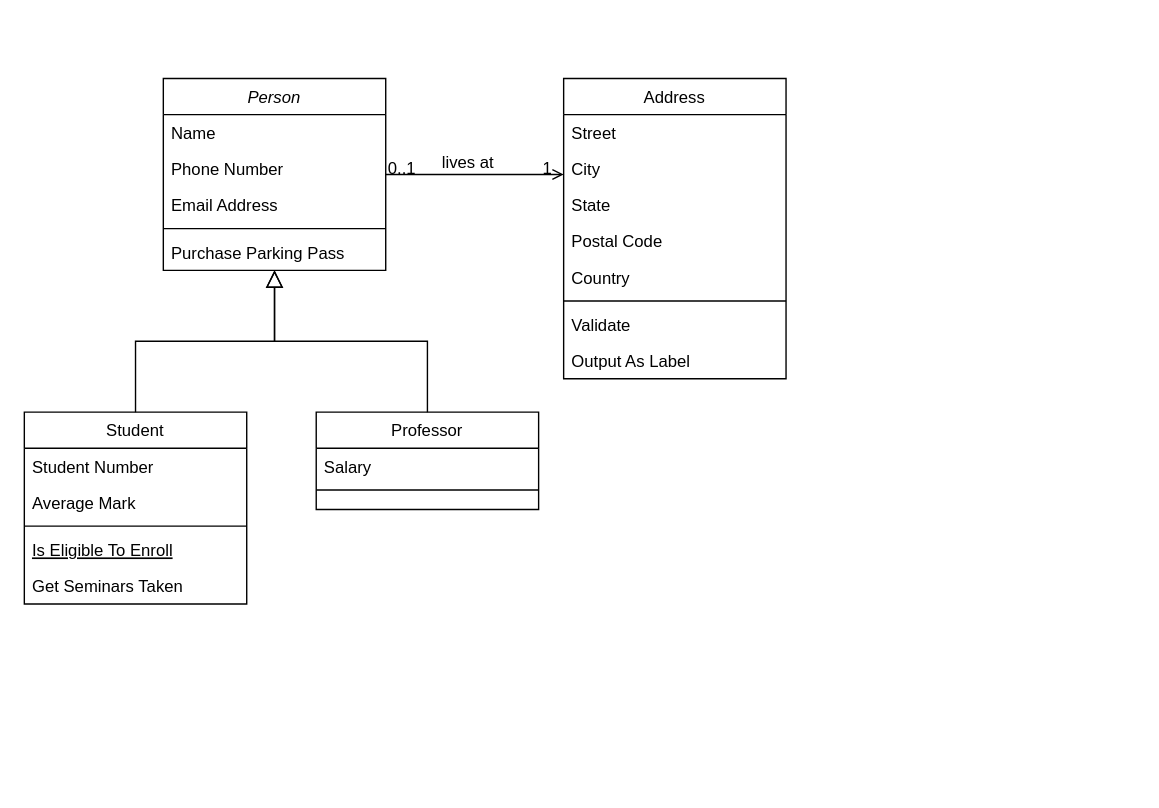
1KATZUNO/Examen-de-Programaci-n-Rafael-C23740- keeps this draw.io diagram as IniciarPrograma/Diagrama sin título.drawio. Above is the earlier version. Source tidied: cells renumbered, new cells numbered last; positions are measured from the earlier drawing's top-left corner, leaving out a move shared by most shapes. Both pictures are drawn from the tidied source at 139%, with x=0, y=0 at pixel (24, 78).
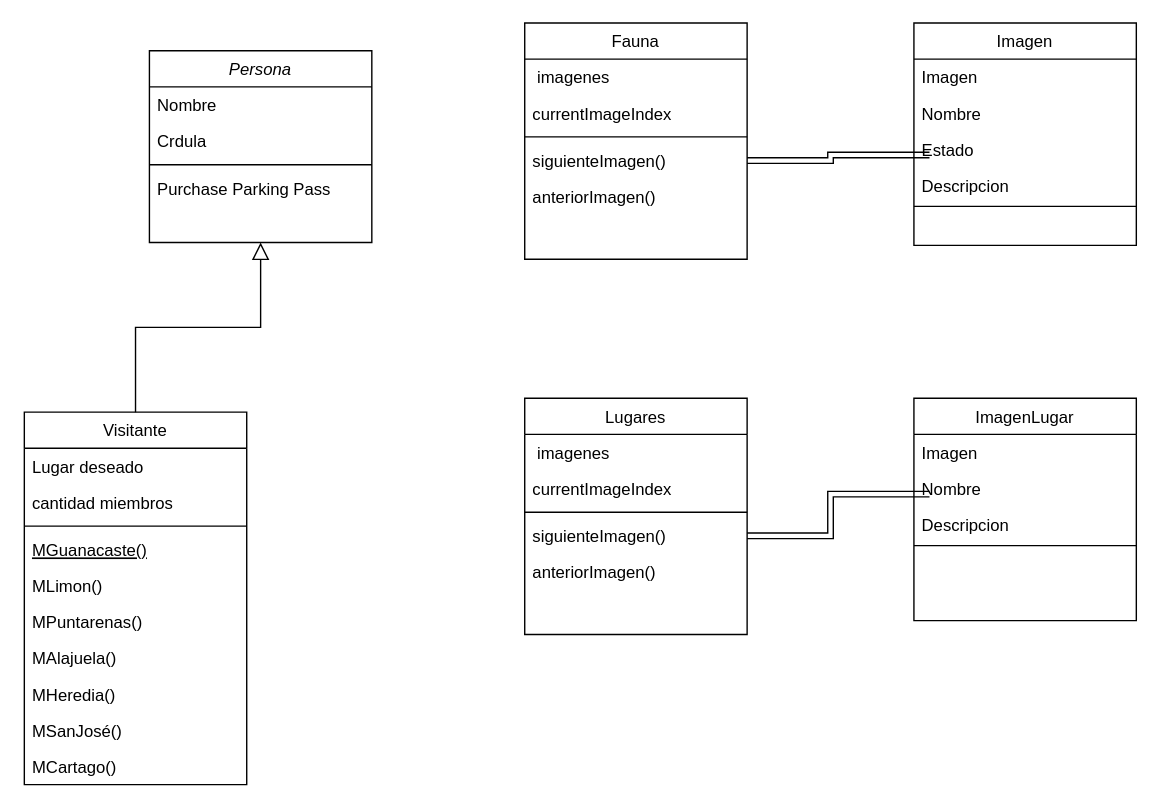
After the change.

Change to the diagram source:
```diff
@@
-    <mxCell id="2" value="Person" style="swimlane;fontStyle=2;align=center;verticalAlign=top;horizontal=1;startSize=26;rounded=0;shadow=0;strokeWidth=1;" parent="1" vertex="1">
-      <mxGeometry x="100" width="160" height="138" as="geometry" />
+    <mxCell id="2" value="Persona" style="swimlane;fontStyle=2;align=center;verticalAlign=top;horizontal=1;startSize=26;rounded=0;shadow=0;strokeWidth=1;" parent="1" vertex="1">
+      <mxGeometry x="90" y="-20" width="160" height="138" as="geometry" />
     </mxCell>
-    <mxCell id="3" value="Name" style="text;align=left;verticalAlign=top;spacingLeft=4;spacingRight=4;overflow=hidden;" parent="2" vertex="1">
+    <mxCell id="3" value="Nombre" style="text;align=left;verticalAlign=top;spacingLeft=4;spacingRight=4;overflow=hidden;" parent="2" vertex="1">
       <mxGeometry y="26" width="160" height="26" as="geometry" />
     </mxCell>
-    <mxCell id="4" value="Phone Number" style="text;align=left;verticalAlign=top;spacingLeft=4;spacingRight=4;overflow=hidden;rounded=0;shadow=0;html=0;" parent="2" vertex="1">
+    <mxCell id="4" value="Crdula" style="text;align=left;verticalAlign=top;spacingLeft=4;spacingRight=4;overflow=hidden;rounded=0;shadow=0;html=0;" parent="2" vertex="1">
       <mxGeometry y="52" width="160" height="26" as="geometry" />
     </mxCell>
-    <mxCell id="5" value="Email Address" style="text;align=left;verticalAlign=top;spacingLeft=4;spacingRight=4;overflow=hidden;rounded=0;shadow=0;html=0;" parent="2" vertex="1">
-      <mxGeometry y="78" width="160" height="26" as="geometry" />
-    </mxCell>
     <mxCell id="6" style="line;html=1;strokeWidth=1;align=left;verticalAlign=middle;spacingTop=-1;spacingLeft=3;spacingRight=3;labelPosition=right;" parent="2" vertex="1">
-      <mxGeometry y="104" width="160" height="8" as="geometry" />
+      <mxGeometry y="78" width="160" height="8" as="geometry" />
     </mxCell>
     <mxCell id="7" value="Purchase Parking Pass" style="text;align=left;verticalAlign=top;spacingLeft=4;spacingRight=4;overflow=hidden;" parent="2" vertex="1">
-      <mxGeometry y="112" width="160" height="26" as="geometry" />
+      <mxGeometry y="86" width="160" height="26" as="geometry" />
     </mxCell>
-    <mxCell id="8" value="Student" style="swimlane;fontStyle=0;align=center;verticalAlign=top;horizontal=1;startSize=26;rounded=0;shadow=0;strokeWidth=1;" parent="1" vertex="1">
-      <mxGeometry y="240" width="160" height="138" as="geometry" />
+    <mxCell id="8" value="Visitante" style="swimlane;fontStyle=0;align=center;verticalAlign=top;horizontal=1;startSize=26;rounded=0;shadow=0;strokeWidth=1;" parent="1" vertex="1">
+      <mxGeometry y="240" width="160" height="268" as="geometry" />
     </mxCell>
-    <mxCell id="9" value="Student Number" style="text;align=left;verticalAlign=top;spacingLeft=4;spacingRight=4;overflow=hidden;" parent="8" vertex="1">
+    <mxCell id="9" value="Lugar deseado" style="text;align=left;verticalAlign=top;spacingLeft=4;spacingRight=4;overflow=hidden;" parent="8" vertex="1">
       <mxGeometry y="26" width="160" height="26" as="geometry" />
     </mxCell>
-    <mxCell id="10" value="Average Mark" style="text;align=left;verticalAlign=top;spacingLeft=4;spacingRight=4;overflow=hidden;rounded=0;shadow=0;html=0;" parent="8" vertex="1">
+    <mxCell id="10" value="cantidad miembros" style="text;align=left;verticalAlign=top;spacingLeft=4;spacingRight=4;overflow=hidden;rounded=0;shadow=0;html=0;" parent="8" vertex="1">
       <mxGeometry y="52" width="160" height="26" as="geometry" />
     </mxCell>
@@
-    <mxCell id="12" value="Is Eligible To Enroll" style="text;align=left;verticalAlign=top;spacingLeft=4;spacingRight=4;overflow=hidden;fontStyle=4;" parent="8" vertex="1">
+    <mxCell id="12" value="MGuanacaste()" style="text;align=left;verticalAlign=top;spacingLeft=4;spacingRight=4;overflow=hidden;fontStyle=4;" parent="8" vertex="1">
       <mxGeometry y="86" width="160" height="26" as="geometry" />
     </mxCell>
-    <mxCell id="13" value="Get Seminars Taken" style="text;align=left;verticalAlign=top;spacingLeft=4;spacingRight=4;overflow=hidden;" parent="8" vertex="1">
+    <mxCell id="13" value="MLimon()" style="text;align=left;verticalAlign=top;spacingLeft=4;spacingRight=4;overflow=hidden;" parent="8" vertex="1">
       <mxGeometry y="112" width="160" height="26" as="geometry" />
     </mxCell>
+    <mxCell id="32" value="MPuntarenas()" style="text;align=left;verticalAlign=top;spacingLeft=4;spacingRight=4;overflow=hidden;" parent="8" vertex="1">
+      <mxGeometry y="138" width="160" height="26" as="geometry" />
+    </mxCell>
+    <mxCell id="33" value="MAlajuela()" style="text;align=left;verticalAlign=top;spacingLeft=4;spacingRight=4;overflow=hidden;" parent="8" vertex="1">
+      <mxGeometry y="164" width="160" height="26" as="geometry" />
+    </mxCell>
+    <mxCell id="34" value="MHeredia()" style="text;align=left;verticalAlign=top;spacingLeft=4;spacingRight=4;overflow=hidden;" parent="8" vertex="1">
+      <mxGeometry y="190" width="160" height="26" as="geometry" />
+    </mxCell>
+    <mxCell id="35" value="MSanJosé()" style="text;align=left;verticalAlign=top;spacingLeft=4;spacingRight=4;overflow=hidden;" parent="8" vertex="1">
+      <mxGeometry y="216" width="160" height="26" as="geometry" />
+    </mxCell>
+    <mxCell id="36" value="MCartago()" style="text;align=left;verticalAlign=top;spacingLeft=4;spacingRight=4;overflow=hidden;" parent="8" vertex="1">
+      <mxGeometry y="242" width="160" height="26" as="geometry" />
+    </mxCell>
@@
-    <mxCell id="15" value="Professor" style="swimlane;fontStyle=0;align=center;verticalAlign=top;horizontal=1;startSize=26;rounded=0;shadow=0;strokeWidth=1;" parent="1" vertex="1">
-      <mxGeometry x="210" y="240" width="160" height="70" as="geometry" />
-    </mxCell>
-    <mxCell id="16" value="Salary" style="text;align=left;verticalAlign=top;spacingLeft=4;spacingRight=4;overflow=hidden;" parent="15" vertex="1">
-      <mxGeometry y="26" width="160" height="26" as="geometry" />
-    </mxCell>
-    <mxCell id="17" style="line;html=1;strokeWidth=1;align=left;verticalAlign=middle;spacingTop=-1;spacingLeft=3;spacingRight=3;labelPosition=right;" parent="15" vertex="1">
-      <mxGeometry y="52" width="160" height="8" as="geometry" />
-    </mxCell>
-    <mxCell id="18" style="endArrow=block;endSize=10;endFill=0;shadow=0;strokeWidth=1;rounded=0;curved=0;edgeStyle=elbowEdgeStyle;elbow=vertical;" parent="1" edge="1" source="15" target="2">
-      <mxGeometry relative="1" as="geometry" />
-    </mxCell>
-    <mxCell id="19" value="Address" style="swimlane;fontStyle=0;align=center;verticalAlign=top;horizontal=1;startSize=26;rounded=0;shadow=0;strokeWidth=1;" parent="1" vertex="1">
-      <mxGeometry x="388" width="160" height="216" as="geometry" />
+    <mxCell id="19" value="Imagen" style="swimlane;fontStyle=0;align=center;verticalAlign=top;horizontal=1;startSize=26;rounded=0;shadow=0;strokeWidth=1;" parent="1" vertex="1">
+      <mxGeometry x="640" y="-40" width="160" height="160" as="geometry" />
     </mxCell>
-    <mxCell id="20" value="Street" style="text;align=left;verticalAlign=top;spacingLeft=4;spacingRight=4;overflow=hidden;" parent="19" vertex="1">
+    <mxCell id="20" value="Imagen" style="text;align=left;verticalAlign=top;spacingLeft=4;spacingRight=4;overflow=hidden;" parent="19" vertex="1">
       <mxGeometry y="26" width="160" height="26" as="geometry" />
     </mxCell>
-    <mxCell id="21" value="City" style="text;align=left;verticalAlign=top;spacingLeft=4;spacingRight=4;overflow=hidden;rounded=0;shadow=0;html=0;" parent="19" vertex="1">
+    <mxCell id="21" value="Nombre" style="text;align=left;verticalAlign=top;spacingLeft=4;spacingRight=4;overflow=hidden;rounded=0;shadow=0;html=0;" parent="19" vertex="1">
       <mxGeometry y="52" width="160" height="26" as="geometry" />
     </mxCell>
-    <mxCell id="22" value="State" style="text;align=left;verticalAlign=top;spacingLeft=4;spacingRight=4;overflow=hidden;rounded=0;shadow=0;html=0;" parent="19" vertex="1">
+    <mxCell id="22" value="Estado" style="text;align=left;verticalAlign=top;spacingLeft=4;spacingRight=4;overflow=hidden;rounded=0;shadow=0;html=0;" parent="19" vertex="1">
       <mxGeometry y="78" width="160" height="26" as="geometry" />
     </mxCell>
-    <mxCell id="23" value="Postal Code" style="text;align=left;verticalAlign=top;spacingLeft=4;spacingRight=4;overflow=hidden;points=[[0,0.5],[1,0.5]];portConstraint=eastwest;rounded=0;shadow=0;html=0;" parent="19" vertex="1">
-      <mxGeometry y="104" width="160" height="26" as="geometry" />
+    <mxCell id="23" value="Descripcion" style="text;align=left;verticalAlign=top;spacingLeft=4;spacingRight=4;overflow=hidden;points=[[0,0.5],[1,0.5]];portConstraint=eastwest;rounded=0;shadow=0;html=0;" parent="19" vertex="1">
+      <mxGeometry y="104" width="160" height="24" as="geometry" />
     </mxCell>
-    <mxCell id="24" value="Country" style="text;align=left;verticalAlign=top;spacingLeft=4;spacingRight=4;overflow=hidden;rounded=0;shadow=0;html=0;" parent="19" vertex="1">
-      <mxGeometry y="130" width="160" height="26" as="geometry" />
-    </mxCell>
     <mxCell id="25" style="line;html=1;strokeWidth=1;align=left;verticalAlign=middle;spacingTop=-1;spacingLeft=3;spacingRight=3;labelPosition=right;" parent="19" vertex="1">
-      <mxGeometry y="156" width="160" height="8" as="geometry" />
+      <mxGeometry y="128" width="160" height="8" as="geometry" />
     </mxCell>
-    <mxCell id="26" value="Validate" style="text;align=left;verticalAlign=top;spacingLeft=4;spacingRight=4;overflow=hidden;" parent="19" vertex="1">
-      <mxGeometry y="164" width="160" height="26" as="geometry" />
-    </mxCell>
-    <mxCell id="27" value="Output As Label" style="text;align=left;verticalAlign=top;spacingLeft=4;spacingRight=4;overflow=hidden;" parent="19" vertex="1">
-      <mxGeometry y="190" width="160" height="26" as="geometry" />
-    </mxCell>
-    <mxCell id="28" style="endArrow=open;shadow=0;strokeWidth=1;rounded=0;curved=0;endFill=1;edgeStyle=elbowEdgeStyle;elbow=vertical;" parent="1" edge="1" source="2" target="19">
-      <mxGeometry x="0.5" y="41" relative="1" as="geometry">
-        <mxPoint x="-40" y="32" as="offset" />
-      </mxGeometry>
-    </mxCell>
-    <mxCell id="29" value="0..1" style="align=left;verticalAlign=bottom;labelBackgroundColor=none;fontSize=12;" parent="28" vertex="1">
-      <mxGeometry x="-1" relative="1" as="geometry">
-        <mxPoint y="4" as="offset" />
-      </mxGeometry>
-    </mxCell>
-    <mxCell id="30" value="1" style="align=right;verticalAlign=bottom;labelBackgroundColor=none;fontSize=12;" parent="28" vertex="1">
-      <mxGeometry x="1" relative="1" as="geometry">
-        <mxPoint x="-7" y="4" as="offset" />
-      </mxGeometry>
-    </mxCell>
-    <mxCell id="31" value="lives at" style="text;html=1;align=center;verticalAlign=middle;labelBackgroundColor=none;rounded=0;shadow=0;strokeWidth=1;fontSize=12;" parent="28" vertex="1">
-      <mxGeometry x="0.5" y="49" relative="1" as="geometry">
-        <mxPoint x="-38" y="40" as="offset" />
-      </mxGeometry>
-    </mxCell>
+    <mxCell id="37" value="Fauna" style="swimlane;fontStyle=0;align=center;verticalAlign=top;horizontal=1;startSize=26;rounded=0;shadow=0;strokeWidth=1;" parent="1" vertex="1">
+      <mxGeometry x="360" y="-40" width="160" height="170" as="geometry" />
+    </mxCell>
+    <mxCell id="38" value=" imagenes" style="text;align=left;verticalAlign=top;spacingLeft=4;spacingRight=4;overflow=hidden;" parent="37" vertex="1">
+      <mxGeometry y="26" width="160" height="26" as="geometry" />
+    </mxCell>
+    <mxCell id="39" value="currentImageIndex" style="text;align=left;verticalAlign=top;spacingLeft=4;spacingRight=4;overflow=hidden;rounded=0;shadow=0;html=0;" parent="37" vertex="1">
+      <mxGeometry y="52" width="160" height="26" as="geometry" />
+    </mxCell>
+    <mxCell id="40" style="line;html=1;strokeWidth=1;align=left;verticalAlign=middle;spacingTop=-1;spacingLeft=3;spacingRight=3;labelPosition=right;" parent="37" vertex="1">
+      <mxGeometry y="78" width="160" height="8" as="geometry" />
+    </mxCell>
+    <mxCell id="41" value="siguienteImagen()" style="text;align=left;verticalAlign=top;spacingLeft=4;spacingRight=4;overflow=hidden;points=[[0,0.5],[1,0.5]];portConstraint=eastwest;" parent="37" vertex="1">
+      <mxGeometry y="86" width="160" height="26" as="geometry" />
+    </mxCell>
+    <mxCell id="42" value="anteriorImagen()" style="text;align=left;verticalAlign=top;spacingLeft=4;spacingRight=4;overflow=hidden;" parent="37" vertex="1">
+      <mxGeometry y="112" width="160" height="26" as="geometry" />
+    </mxCell>
+    <mxCell id="43" style="edgeStyle=orthogonalEdgeStyle;rounded=0;jettySize=auto;html=1;entryX=0.07;entryY=-0.375;entryDx=0;entryDy=0;entryPerimeter=0;shape=link;" parent="1" edge="1" source="41" target="23">
+      <mxGeometry relative="1" as="geometry" />
+    </mxCell>
+    <mxCell id="44" value="ImagenLugar" style="swimlane;fontStyle=0;align=center;verticalAlign=top;horizontal=1;startSize=26;rounded=0;shadow=0;strokeWidth=1;" parent="1" vertex="1">
+      <mxGeometry x="640" y="230" width="160" height="160" as="geometry" />
+    </mxCell>
+    <mxCell id="45" value="Imagen" style="text;align=left;verticalAlign=top;spacingLeft=4;spacingRight=4;overflow=hidden;" parent="44" vertex="1">
+      <mxGeometry y="26" width="160" height="26" as="geometry" />
+    </mxCell>
+    <mxCell id="46" value="Nombre" style="text;align=left;verticalAlign=top;spacingLeft=4;spacingRight=4;overflow=hidden;rounded=0;shadow=0;html=0;" parent="44" vertex="1">
+      <mxGeometry y="52" width="160" height="26" as="geometry" />
+    </mxCell>
+    <mxCell id="47" value="Descripcion" style="text;align=left;verticalAlign=top;spacingLeft=4;spacingRight=4;overflow=hidden;points=[[0,0.5],[1,0.5]];portConstraint=eastwest;rounded=0;shadow=0;html=0;" parent="44" vertex="1">
+      <mxGeometry y="78" width="160" height="24" as="geometry" />
+    </mxCell>
+    <mxCell id="48" style="line;html=1;strokeWidth=1;align=left;verticalAlign=middle;spacingTop=-1;spacingLeft=3;spacingRight=3;labelPosition=right;" parent="44" vertex="1">
+      <mxGeometry y="102" width="160" height="8" as="geometry" />
+    </mxCell>
+    <mxCell id="49" value="Lugares" style="swimlane;fontStyle=0;align=center;verticalAlign=top;horizontal=1;startSize=26;rounded=0;shadow=0;strokeWidth=1;" parent="1" vertex="1">
+      <mxGeometry x="360" y="230" width="160" height="170" as="geometry" />
+    </mxCell>
+    <mxCell id="50" value=" imagenes" style="text;align=left;verticalAlign=top;spacingLeft=4;spacingRight=4;overflow=hidden;" parent="49" vertex="1">
+      <mxGeometry y="26" width="160" height="26" as="geometry" />
+    </mxCell>
+    <mxCell id="51" value="currentImageIndex" style="text;align=left;verticalAlign=top;spacingLeft=4;spacingRight=4;overflow=hidden;rounded=0;shadow=0;html=0;" parent="49" vertex="1">
+      <mxGeometry y="52" width="160" height="26" as="geometry" />
+    </mxCell>
+    <mxCell id="52" style="line;html=1;strokeWidth=1;align=left;verticalAlign=middle;spacingTop=-1;spacingLeft=3;spacingRight=3;labelPosition=right;" parent="49" vertex="1">
+      <mxGeometry y="78" width="160" height="8" as="geometry" />
+    </mxCell>
+    <mxCell id="53" value="siguienteImagen()" style="text;align=left;verticalAlign=top;spacingLeft=4;spacingRight=4;overflow=hidden;points=[[0,0.5],[1,0.5]];portConstraint=eastwest;" parent="49" vertex="1">
+      <mxGeometry y="86" width="160" height="26" as="geometry" />
+    </mxCell>
+    <mxCell id="54" value="anteriorImagen()" style="text;align=left;verticalAlign=top;spacingLeft=4;spacingRight=4;overflow=hidden;" parent="49" vertex="1">
+      <mxGeometry y="112" width="160" height="26" as="geometry" />
+    </mxCell>
+    <mxCell id="55" style="edgeStyle=orthogonalEdgeStyle;rounded=0;jettySize=auto;html=1;entryX=0.07;entryY=-0.375;entryDx=0;entryDy=0;entryPerimeter=0;shape=link;" parent="1" edge="1" source="53" target="47">
+      <mxGeometry relative="1" as="geometry" />
+    </mxCell>
```
